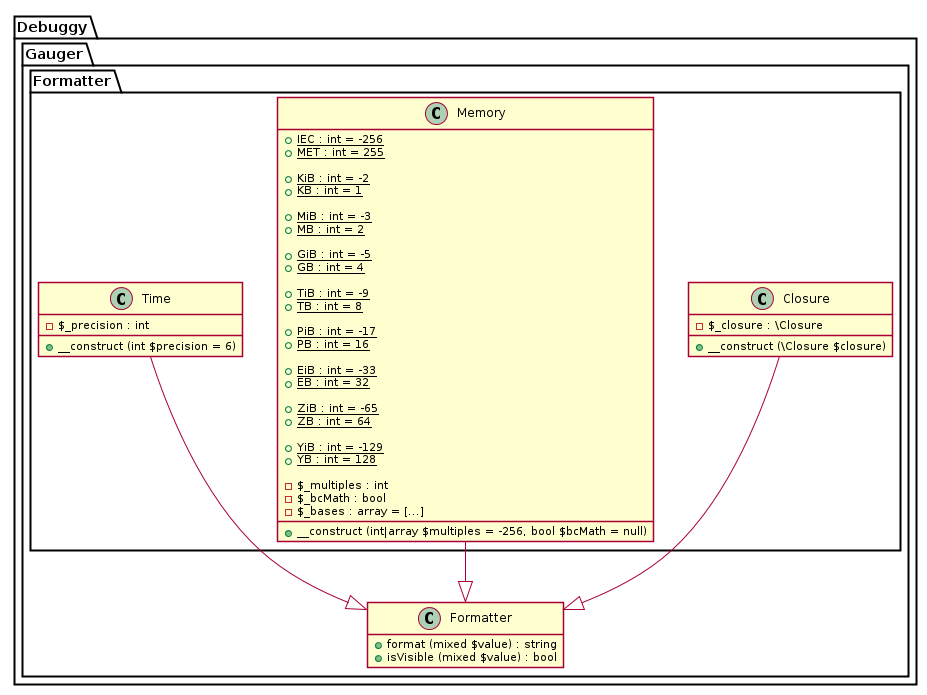
The PlantUML diagram uml/plantuml/formatters.png in dnsl48/gauger, before a commit. Source of this version:
```plantuml
@startuml





hide empty fields
hide empty methods

skinparam shadowing false







package Debuggy {
	namespace Gauger {
		class "Formatter" as _Formatter {
			+ format (mixed $value) : string
			+ isVisible (mixed $value) : bool
		}
	}
}




package Debuggy {
	namespace Gauger {
		namespace Formatter {
			class Closure {
				- $_closure : \Closure
				+ __construct (\Closure $closure)
			}

			Closure --|> .Gauger._Formatter


			class Memory {
				+ {static} IEC : int = -256
				+ {static} MET : int = 255

				+ {static} KiB : int = -2
				+ {static} KB : int = 1

				+ {static} MiB : int = -3
				+ {static} MB : int = 2

				+ {static} GiB : int = -5
				+ {static} GB : int = 4

				+ {static} TiB : int = -9
				+ {static} TB : int = 8

				+ {static} PiB : int = -17
				+ {static} PB : int = 16

				+ {static} EiB : int = -33
				+ {static} EB : int = 32

				+ {static} ZiB : int = -65
				+ {static} ZB : int = 64

				+ {static} YiB : int = -129
				+ {static} YB : int = 128

				- $_multiples : int
				- $_bcMath : bool
				- $_bases : array = [...]

				+ __construct (int|array $multiples = -256, bool $bcMath = null)
			}

			Memory --|> .Gauger._Formatter


			class Time {
				- $_precision : int
				+ __construct (int $precision = 6)
			}

			Time --|> .Gauger._Formatter
		}
	}
}

@enduml
```
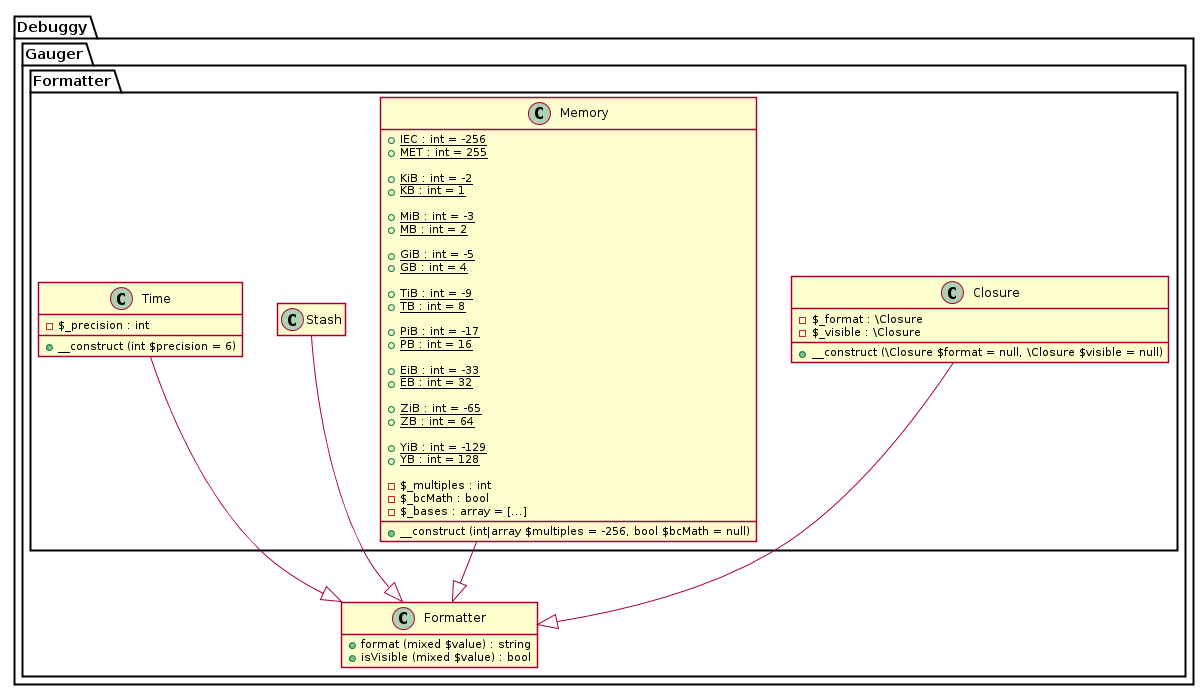
The same file after the commit.

Commit message:
Formatter\Stash implementation; Formatter\Closure can take a closure for isVisible checks

Change to the diagram source:
```diff
@@ -31,8 +31,9 @@
 	namespace Gauger {
 		namespace Formatter {
 			class Closure {
-				- $_closure : \Closure
-				+ __construct (\Closure $closure)
+				- $_format : \Closure
+				- $_visible : \Closure
+				+ __construct (\Closure $format = null, \Closure $visible = null)
 			}
 
 			Closure --|> .Gauger._Formatter
@@ -76,6 +77,11 @@
 			Memory --|> .Gauger._Formatter
 
 
+			class Stash
+
+			Stash --|> .Gauger._Formatter
+
+
 			class Time {
 				- $_precision : int
 				+ __construct (int $precision = 6)
```
